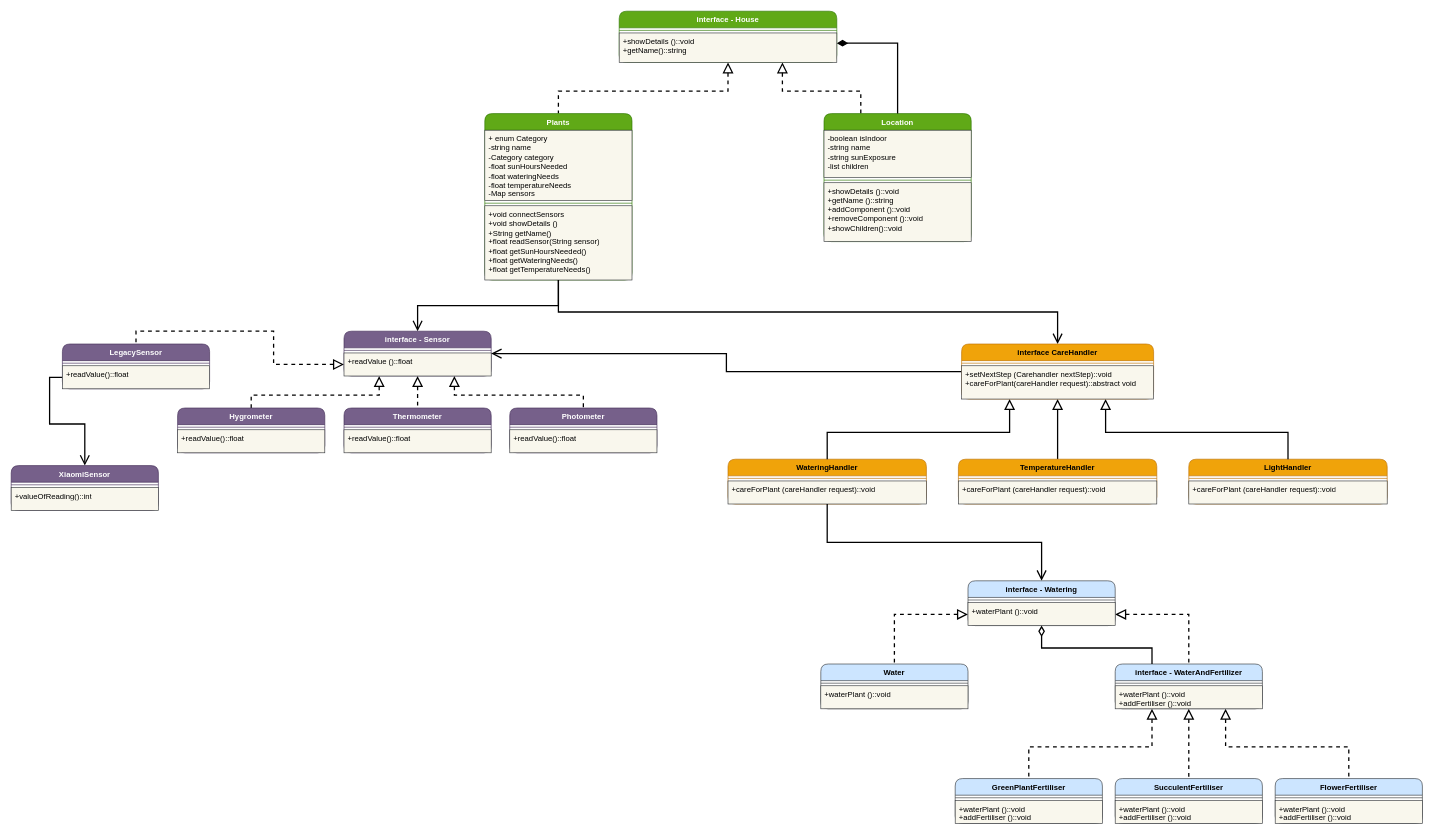
The draw.io diagram smart_plant_app.drawio in Federico-Alessi/smartplantapp, before the edit. Source tidied: cells renumbered, new cells numbered last; positions are measured from the earlier drawing's top-left corner, leaving out a move shared by most shapes. Both pictures are drawn from the tidied source at 64%, with x=0, y=0 at pixel (11, 11).
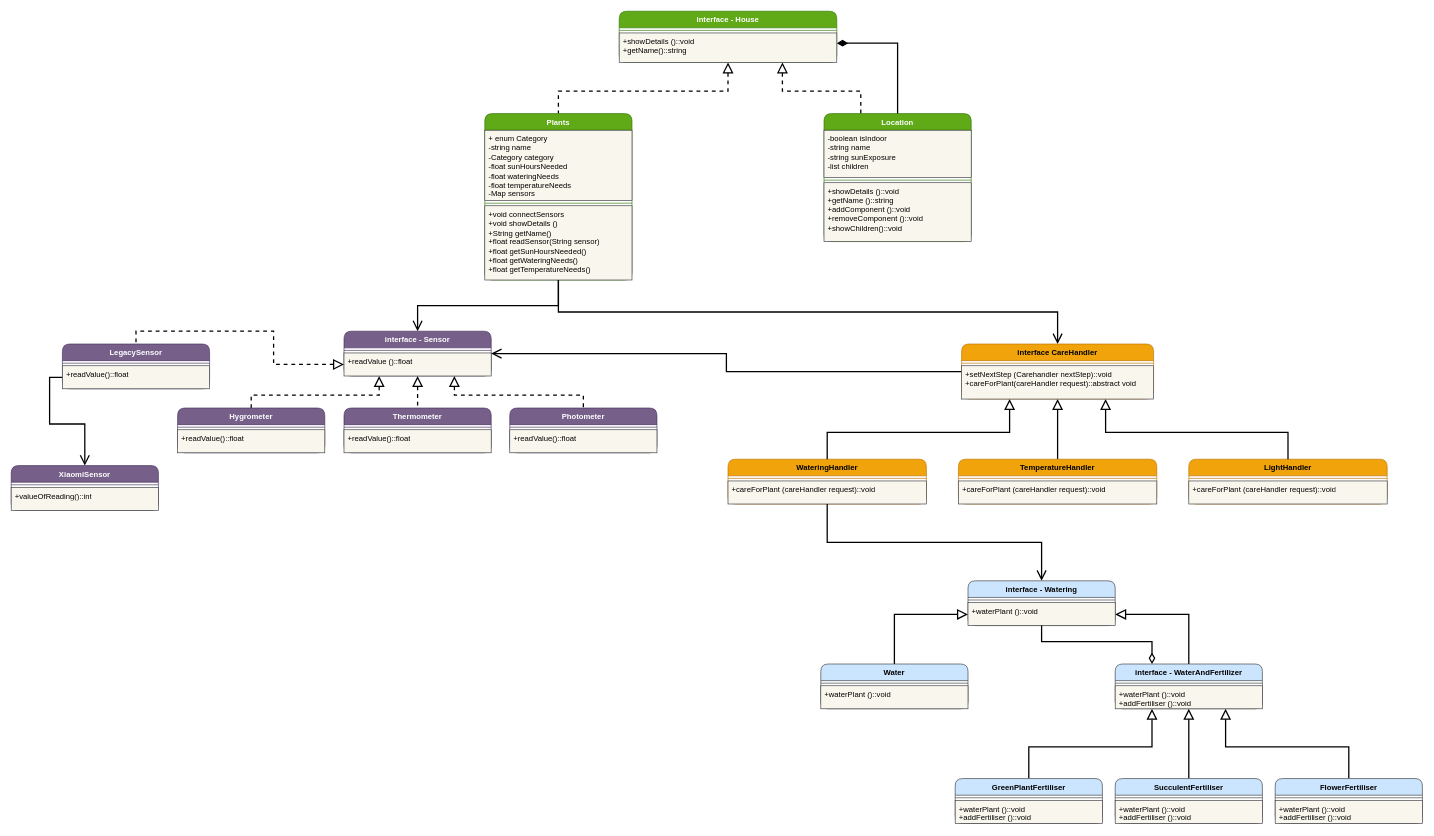
Above is the later version.

Commit message (it also covers changes not shown here):
implemented watering interface, water class, water and fertilizer interface and green plant fertilizer class. Other fertilizers still to implement.

Unchanged cells that the change refers to:
```xml
<mxCell id="60" value="interface - Watering" style="swimlane;fontStyle=1;align=center;verticalAlign=top;horizontal=1;startSize=26;whiteSpace=wrap;html=1;fillColor=#cce5ff;strokeColor=#36393d;rounded=1;spacingLeft=4;spacingRight=4;fontFamily=Helvetica;fontSize=12;" parent="1" vertex="1">
  <mxGeometry x="1495" y="890" width="230" height="70" as="geometry" />
</mxCell>
<mxCell id="63" value="Water" style="swimlane;fontStyle=1;align=center;verticalAlign=top;horizontal=1;startSize=26;whiteSpace=wrap;html=1;fillColor=#cce5ff;strokeColor=#36393d;rounded=1;spacingLeft=4;spacingRight=4;fontFamily=Helvetica;fontSize=12;" parent="1" vertex="1">
  <mxGeometry x="1265" y="1020" width="230" height="70" as="geometry" />
</mxCell>
<mxCell id="69" value="interface - WaterAndFertilizer" style="swimlane;fontStyle=1;align=center;verticalAlign=top;horizontal=1;startSize=26;whiteSpace=wrap;html=1;fillColor=#cce5ff;strokeColor=#36393d;rounded=1;spacingLeft=4;spacingRight=4;fontFamily=Helvetica;fontSize=12;" parent="1" vertex="1">
  <mxGeometry x="1725" y="1020" width="230" height="70" as="geometry" />
</mxCell>
<mxCell id="72" value="GreenPlantFertiliser" style="swimlane;fontStyle=1;align=center;verticalAlign=top;horizontal=1;startSize=26;whiteSpace=wrap;html=1;fillColor=#cce5ff;strokeColor=#36393d;rounded=1;spacingLeft=4;spacingRight=4;fontFamily=Helvetica;fontSize=12;" parent="1" vertex="1">
  <mxGeometry x="1475" y="1199" width="230" height="70" as="geometry" />
</mxCell>
<mxCell id="75" value="SucculentFertiliser" style="swimlane;fontStyle=1;align=center;verticalAlign=top;horizontal=1;startSize=26;whiteSpace=wrap;html=1;fillColor=#cce5ff;strokeColor=#36393d;rounded=1;spacingLeft=4;spacingRight=4;fontFamily=Helvetica;fontSize=12;" parent="1" vertex="1">
  <mxGeometry x="1725" y="1199" width="230" height="70" as="geometry" />
</mxCell>
<mxCell id="78" value="FlowerFertiliser" style="swimlane;fontStyle=1;align=center;verticalAlign=top;horizontal=1;startSize=26;whiteSpace=wrap;html=1;fillColor=#cce5ff;strokeColor=#36393d;rounded=1;spacingLeft=4;spacingRight=4;fontFamily=Helvetica;fontSize=12;" parent="1" vertex="1">
  <mxGeometry x="1975" y="1199" width="230" height="70" as="geometry" />
</mxCell>
```

Diff of the diagram source:
```diff
@@
-    <mxCell id="57" style="edgeStyle=orthogonalEdgeStyle;shape=connector;rounded=0;jettySize=auto;html=1;exitX=0;exitY=0.75;exitDx=0;exitDy=0;entryX=0.5;entryY=0;entryDx=0;entryDy=0;strokeColor=default;strokeWidth=2;align=center;verticalAlign=middle;fontFamily=Helvetica;fontSize=12;fontColor=default;fontStyle=1;labelBackgroundColor=default;horizontal=1;startArrow=block;startFill=0;startSize=12;endArrow=none;endFill=1;endSize=12;targetPerimeterSpacing=0;dashed=1;" parent="1" edge="1" source="60" target="63">
+    <mxCell id="57" style="edgeStyle=orthogonalEdgeStyle;shape=connector;rounded=0;jettySize=auto;html=1;exitX=0;exitY=0.75;exitDx=0;exitDy=0;entryX=0.5;entryY=0;entryDx=0;entryDy=0;strokeColor=default;strokeWidth=2;align=center;verticalAlign=middle;fontFamily=Helvetica;fontSize=12;fontColor=default;fontStyle=1;labelBackgroundColor=default;horizontal=1;startArrow=block;startFill=0;startSize=12;endArrow=none;endFill=1;endSize=12;targetPerimeterSpacing=0;" parent="1" edge="1" source="60" target="63">
       <mxGeometry relative="1" as="geometry" />
     </mxCell>
-    <mxCell id="58" style="edgeStyle=orthogonalEdgeStyle;shape=connector;rounded=0;jettySize=auto;html=1;exitX=1;exitY=0.75;exitDx=0;exitDy=0;entryX=0.5;entryY=0;entryDx=0;entryDy=0;strokeColor=default;strokeWidth=2;align=center;verticalAlign=middle;fontFamily=Helvetica;fontSize=12;fontColor=default;fontStyle=1;labelBackgroundColor=default;horizontal=1;startArrow=block;startFill=0;startSize=12;endArrow=none;endFill=1;endSize=12;targetPerimeterSpacing=0;dashed=1;" parent="1" edge="1" source="60" target="69">
+    <mxCell id="58" style="edgeStyle=orthogonalEdgeStyle;shape=connector;rounded=0;jettySize=auto;html=1;exitX=1;exitY=0.75;exitDx=0;exitDy=0;entryX=0.5;entryY=0;entryDx=0;entryDy=0;strokeColor=default;strokeWidth=2;align=center;verticalAlign=middle;fontFamily=Helvetica;fontSize=12;fontColor=default;fontStyle=1;labelBackgroundColor=default;horizontal=1;startArrow=block;startFill=0;startSize=12;endArrow=none;endFill=1;endSize=12;targetPerimeterSpacing=0;" parent="1" edge="1" source="60" target="69">
       <mxGeometry relative="1" as="geometry" />
     </mxCell>
@@
-    <mxCell id="66" style="edgeStyle=orthogonalEdgeStyle;shape=connector;rounded=0;jettySize=auto;html=1;exitX=0.25;exitY=1;exitDx=0;exitDy=0;entryX=0.5;entryY=0;entryDx=0;entryDy=0;strokeColor=default;strokeWidth=2;align=center;verticalAlign=middle;fontFamily=Helvetica;fontSize=12;fontColor=default;fontStyle=1;labelBackgroundColor=default;horizontal=1;startArrow=block;startFill=0;startSize=12;endArrow=none;endFill=1;endSize=12;targetPerimeterSpacing=0;dashed=1;curved=0;" parent="1" edge="1" source="69" target="72">
+    <mxCell id="66" style="edgeStyle=orthogonalEdgeStyle;shape=connector;rounded=0;jettySize=auto;html=1;exitX=0.25;exitY=1;exitDx=0;exitDy=0;entryX=0.5;entryY=0;entryDx=0;entryDy=0;strokeColor=default;strokeWidth=2;align=center;verticalAlign=middle;fontFamily=Helvetica;fontSize=12;fontColor=default;fontStyle=1;labelBackgroundColor=default;horizontal=1;startArrow=block;startFill=0;startSize=12;endArrow=none;endFill=1;endSize=12;targetPerimeterSpacing=0;curved=0;" parent="1" edge="1" source="69" target="72">
       <mxGeometry relative="1" as="geometry" />
     </mxCell>
-    <mxCell id="67" style="edgeStyle=orthogonalEdgeStyle;shape=connector;rounded=0;jettySize=auto;html=1;exitX=0.5;exitY=1;exitDx=0;exitDy=0;entryX=0.5;entryY=0;entryDx=0;entryDy=0;strokeColor=default;strokeWidth=2;align=center;verticalAlign=middle;fontFamily=Helvetica;fontSize=12;fontColor=default;fontStyle=1;labelBackgroundColor=default;horizontal=1;startArrow=block;startFill=0;startSize=12;endArrow=none;endFill=1;endSize=12;targetPerimeterSpacing=0;dashed=1;curved=0;" parent="1" edge="1" source="69" target="75">
+    <mxCell id="67" style="edgeStyle=orthogonalEdgeStyle;shape=connector;rounded=0;jettySize=auto;html=1;exitX=0.5;exitY=1;exitDx=0;exitDy=0;entryX=0.5;entryY=0;entryDx=0;entryDy=0;strokeColor=default;strokeWidth=2;align=center;verticalAlign=middle;fontFamily=Helvetica;fontSize=12;fontColor=default;fontStyle=1;labelBackgroundColor=default;horizontal=1;startArrow=block;startFill=0;startSize=12;endArrow=none;endFill=1;endSize=12;targetPerimeterSpacing=0;curved=0;" parent="1" edge="1" source="69" target="75">
       <mxGeometry relative="1" as="geometry" />
     </mxCell>
-    <mxCell id="68" style="edgeStyle=orthogonalEdgeStyle;shape=connector;rounded=0;jettySize=auto;html=1;exitX=0.75;exitY=1;exitDx=0;exitDy=0;strokeColor=default;strokeWidth=2;align=center;verticalAlign=middle;fontFamily=Helvetica;fontSize=12;fontColor=default;fontStyle=1;labelBackgroundColor=default;horizontal=1;startArrow=block;startFill=0;startSize=12;endArrow=none;endFill=1;endSize=12;targetPerimeterSpacing=0;dashed=1;curved=0;" parent="1" edge="1" source="69" target="78">
+    <mxCell id="68" style="edgeStyle=orthogonalEdgeStyle;shape=connector;rounded=0;jettySize=auto;html=1;exitX=0.75;exitY=1;exitDx=0;exitDy=0;strokeColor=default;strokeWidth=2;align=center;verticalAlign=middle;fontFamily=Helvetica;fontSize=12;fontColor=default;fontStyle=1;labelBackgroundColor=default;horizontal=1;startArrow=block;startFill=0;startSize=12;endArrow=none;endFill=1;endSize=12;targetPerimeterSpacing=0;curved=0;" parent="1" edge="1" source="69" target="78">
       <mxGeometry relative="1" as="geometry" />
     </mxCell>
@@
-    <mxCell id="81" style="edgeStyle=orthogonalEdgeStyle;shape=connector;rounded=0;jettySize=auto;html=1;exitX=0.25;exitY=0;exitDx=0;exitDy=0;strokeColor=default;strokeWidth=2;align=center;verticalAlign=middle;fontFamily=Helvetica;fontSize=12;fontColor=default;fontStyle=1;labelBackgroundColor=default;horizontal=1;startArrow=none;startFill=0;startSize=12;endArrow=diamondThin;endFill=0;endSize=12;targetPerimeterSpacing=0;" parent="1" edge="1" source="69" target="60">
+    <mxCell id="81" style="edgeStyle=orthogonalEdgeStyle;shape=connector;rounded=0;jettySize=auto;html=1;exitX=0.25;exitY=0;exitDx=0;exitDy=0;strokeColor=default;strokeWidth=2;align=center;verticalAlign=middle;fontFamily=Helvetica;fontSize=12;fontColor=default;fontStyle=1;labelBackgroundColor=default;horizontal=1;startArrow=diamondThin;startFill=0;startSize=12;endArrow=none;endFill=0;endSize=12;targetPerimeterSpacing=0;" parent="1" edge="1" source="69" target="60">
       <mxGeometry relative="1" as="geometry" />
     </mxCell>
```
